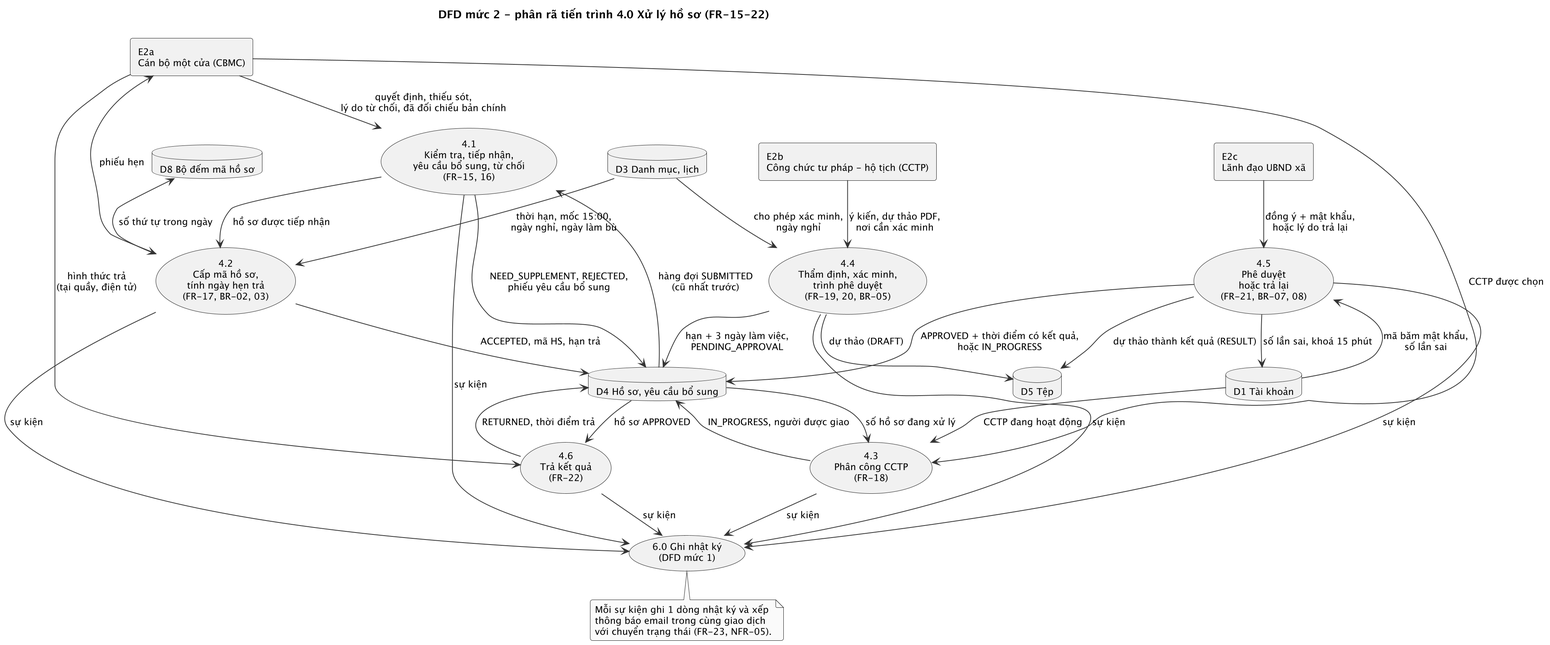
The PlantUML diagram docs/design/uml/15_dfd_muc2_xu_ly.png in cachuabi/e-hoso, before a commit. Source of this version:
```plantuml
@startuml 15_dfd_muc2_xu_ly
!pragma layout smetana
skinparam shadowing false
skinparam dpi 192
skinparam monochrome true
skinparam defaultFontName "Liberation Sans"
skinparam defaultFontSize 12
skinparam roundCorner 6
skinparam ArrowColor #333333
skinparam BackgroundColor white
title DFD mức 2 - phân rã tiến trình 4.0 Xử lý hồ sơ (FR-15-22)
rectangle "E2a\nCán bộ một cửa (CBMC)" as CBMC
rectangle "E2b\nCông chức tư pháp - hộ tịch (CCTP)" as CCTP
rectangle "E2c\nLãnh đạo UBND xã" as LD

usecase "4.1\nKiểm tra, tiếp nhận,\nyêu cầu bổ sung, từ chối\n(FR-15, 16)" as P41
usecase "4.2\nCấp mã hồ sơ,\ntính ngày hẹn trả\n(FR-17, BR-02, 03)" as P42
usecase "4.3\nPhân công CCTP\n(FR-18)" as P43
usecase "4.4\nThẩm định, xác minh,\ntrình phê duyệt\n(FR-19, 20, BR-05)" as P44
usecase "4.5\nPhê duyệt\nhoặc trả lại\n(FR-21, BR-07, 08)" as P45
usecase "4.6\nTrả kết quả\n(FR-22)" as P46
usecase "6.0 Ghi nhật ký\n(DFD mức 1)" as P6

database "D1 Tài khoản" as D1
database "D3 Danh mục, lịch" as D3
database "D4 Hồ sơ, yêu cầu bổ sung" as D4
database "D5 Tệp" as D5
database "D8 Bộ đếm mã hồ sơ" as D8

CBMC --> P41 : quyết định, thiếu sót,\nlý do từ chối, đã đối chiếu bản chính
D4 --> P41 : hàng đợi SUBMITTED\n(cũ nhất trước)
P41 --> D4 : NEED_SUPPLEMENT, REJECTED,\nphiếu yêu cầu bổ sung
P41 --> P42 : hồ sơ được tiếp nhận
D3 --> P42 : thời hạn, mốc 15:00,\nngày nghỉ, ngày làm bù
D8 <--> P42 : số thứ tự trong ngày
P42 --> D4 : ACCEPTED, mã HS, hạn trả
P42 --> CBMC : phiếu hẹn

CBMC --> P43 : CCTP được chọn
D1 --> P43 : CCTP đang hoạt động
D4 --> P43 : số hồ sơ đang xử lý
P43 --> D4 : IN_PROGRESS, người được giao

CCTP --> P44 : ý kiến, dự thảo PDF,\nnơi cần xác minh
D3 --> P44 : cho phép xác minh,\nngày nghỉ
P44 --> D5 : dự thảo (DRAFT)
P44 --> D4 : hạn + 3 ngày làm việc,\nPENDING_APPROVAL

LD --> P45 : đồng ý + mật khẩu,\nhoặc lý do trả lại
D1 --> P45 : mã băm mật khẩu,\nsố lần sai
P45 --> D5 : dự thảo thành kết quả (RESULT)
P45 --> D4 : APPROVED + thời điểm có kết quả,\nhoặc IN_PROGRESS
P45 --> D1 : số lần sai, khoá 15 phút

CBMC --> P46 : hình thức trả\n(tại quầy, điện tử)
D4 --> P46 : hồ sơ APPROVED
P46 --> D4 : RETURNED, thời điểm trả

P41 --> P6 : sự kiện
P42 --> P6 : sự kiện
P43 --> P6 : sự kiện
P44 --> P6 : sự kiện
P45 --> P6 : sự kiện
P46 --> P6 : sự kiện
note bottom of P6
  Mỗi sự kiện ghi 1 dòng nhật ký và xếp
  thông báo email trong cùng giao dịch
  với chuyển trạng thái (FR-23, NFR-05).
end note
@enduml
```
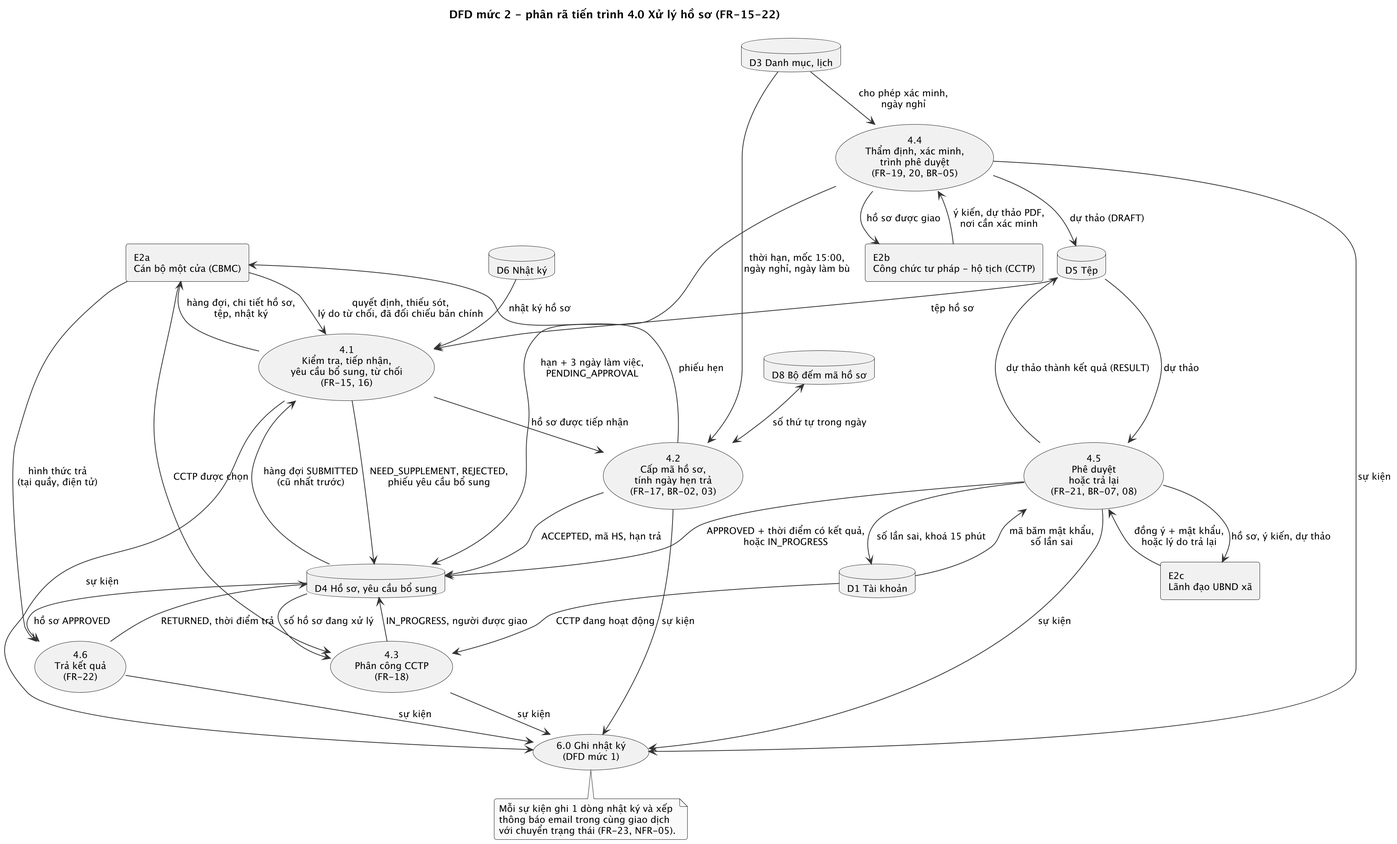
The same file after the commit.

What changed in the source:
```diff
@@ -25,11 +25,15 @@
 database "D3 Danh mục, lịch" as D3
 database "D4 Hồ sơ, yêu cầu bổ sung" as D4
 database "D5 Tệp" as D5
+database "D6 Nhật ký" as D6
 database "D8 Bộ đếm mã hồ sơ" as D8
 
 CBMC --> P41 : quyết định, thiếu sót,\nlý do từ chối, đã đối chiếu bản chính
 D4 --> P41 : hàng đợi SUBMITTED\n(cũ nhất trước)
 P41 --> D4 : NEED_SUPPLEMENT, REJECTED,\nphiếu yêu cầu bổ sung
+P41 --> CBMC : hàng đợi, chi tiết hồ sơ,\ntệp, nhật ký
+D5 --> P41 : tệp hồ sơ
+D6 --> P41 : nhật ký hồ sơ
 P41 --> P42 : hồ sơ được tiếp nhận
 D3 --> P42 : thời hạn, mốc 15:00,\nngày nghỉ, ngày làm bù
 D8 <--> P42 : số thứ tự trong ngày
@@ -43,11 +47,14 @@
 
 CCTP --> P44 : ý kiến, dự thảo PDF,\nnơi cần xác minh
 D3 --> P44 : cho phép xác minh,\nngày nghỉ
+P44 --> CCTP : hồ sơ được giao
 P44 --> D5 : dự thảo (DRAFT)
 P44 --> D4 : hạn + 3 ngày làm việc,\nPENDING_APPROVAL
 
 LD --> P45 : đồng ý + mật khẩu,\nhoặc lý do trả lại
 D1 --> P45 : mã băm mật khẩu,\nsố lần sai
+P45 --> LD : hồ sơ, ý kiến, dự thảo
+D5 --> P45 : dự thảo
 P45 --> D5 : dự thảo thành kết quả (RESULT)
 P45 --> D4 : APPROVED + thời điểm có kết quả,\nhoặc IN_PROGRESS
 P45 --> D1 : số lần sai, khoá 15 phút
```
